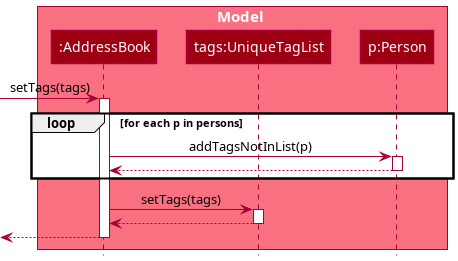
This is docs/images/AddressBookSetTagsSequenceDiagram.png from nus-cs2103-AY2122S2/tp, a PlantUML export, as it was before one commit.
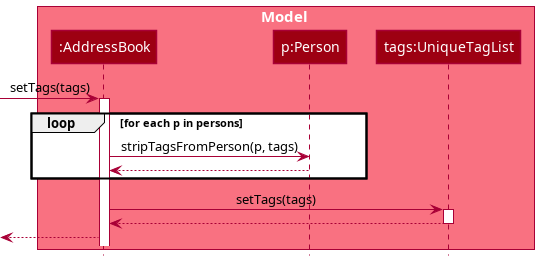
The same file after the commit.

Commit message:
Fix sequence diagrams

Change to the diagram source:
```diff
@@ -3,23 +3,21 @@
 
 box Model MODEL_COLOR_T1
 participant  ":AddressBook" as AddressBook MODEL_COLOR
+participant "p:Person" as Person MODEL_COLOR
 participant "tags:UniqueTagList" as UniqueTagList MODEL_COLOR
-participant "p:Person" as Person MODEL_COLOR
 end box
 
 [-> AddressBook : setTags(tags)
 activate AddressBook
 loop for each p in persons
-    AddressBook -> Person : addTagsNotInList(p)
-    activate Person
+    AddressBook -> Person : stripTagsFromPerson(p, tags)
     Person --> AddressBook
-    deactivate Person
 end
+
 AddressBook -> UniqueTagList : setTags(tags)
 activate UniqueTagList
 UniqueTagList --> AddressBook
 deactivate UniqueTagList
 [<-- AddressBook
-deactivate AddressBook
 
 @enduml
```
